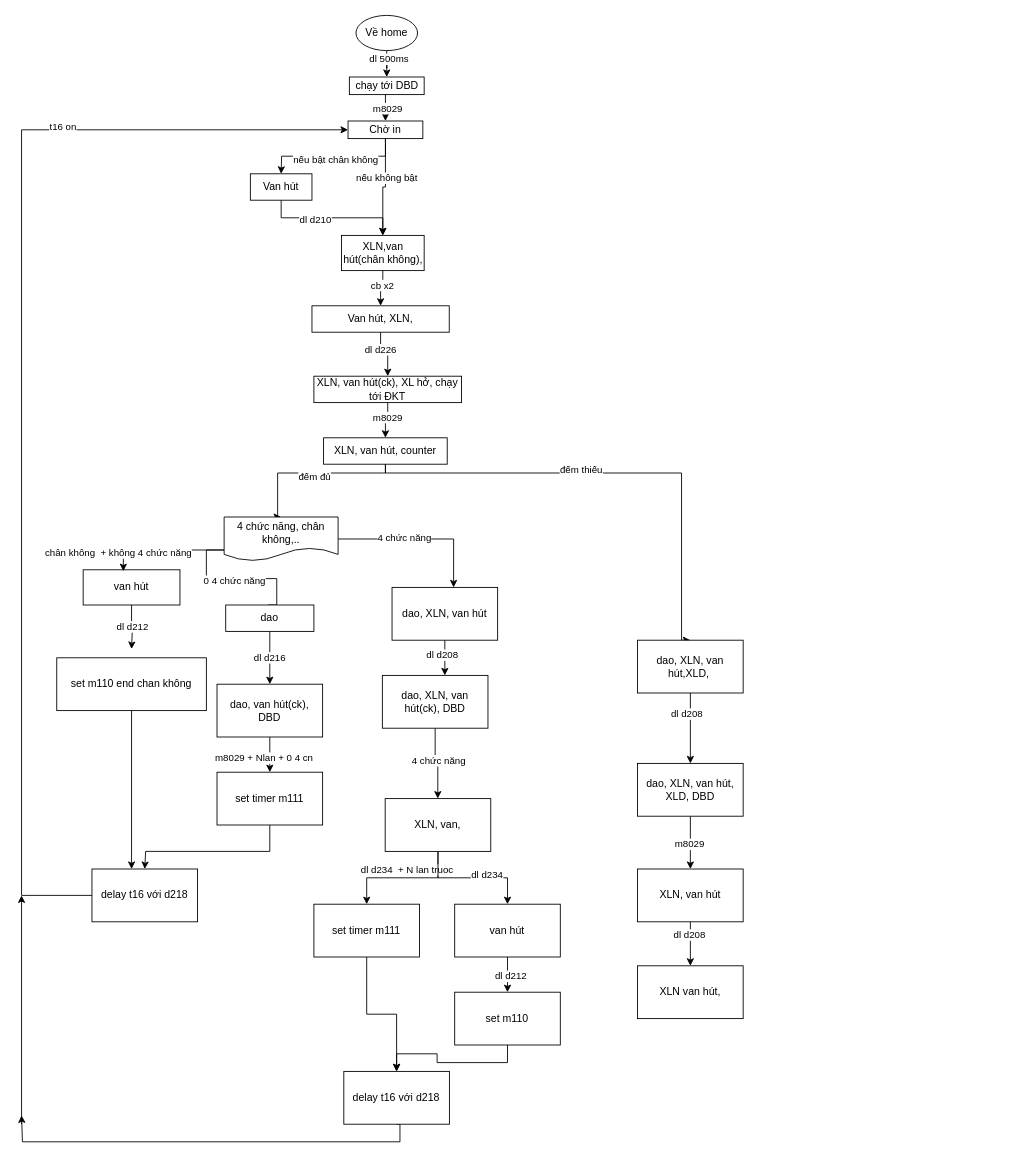
Before: trai muc truoc.drawio in robowindgit/a0-quyencun, a draw.io diagram. Source tidied: cells renumbered, new cells numbered last; positions are measured from the earlier drawing's top-left corner, leaving out a move shared by most shapes. Both pictures are drawn from the tidied source at 88%, with x=0, y=0 at pixel (21, 15).
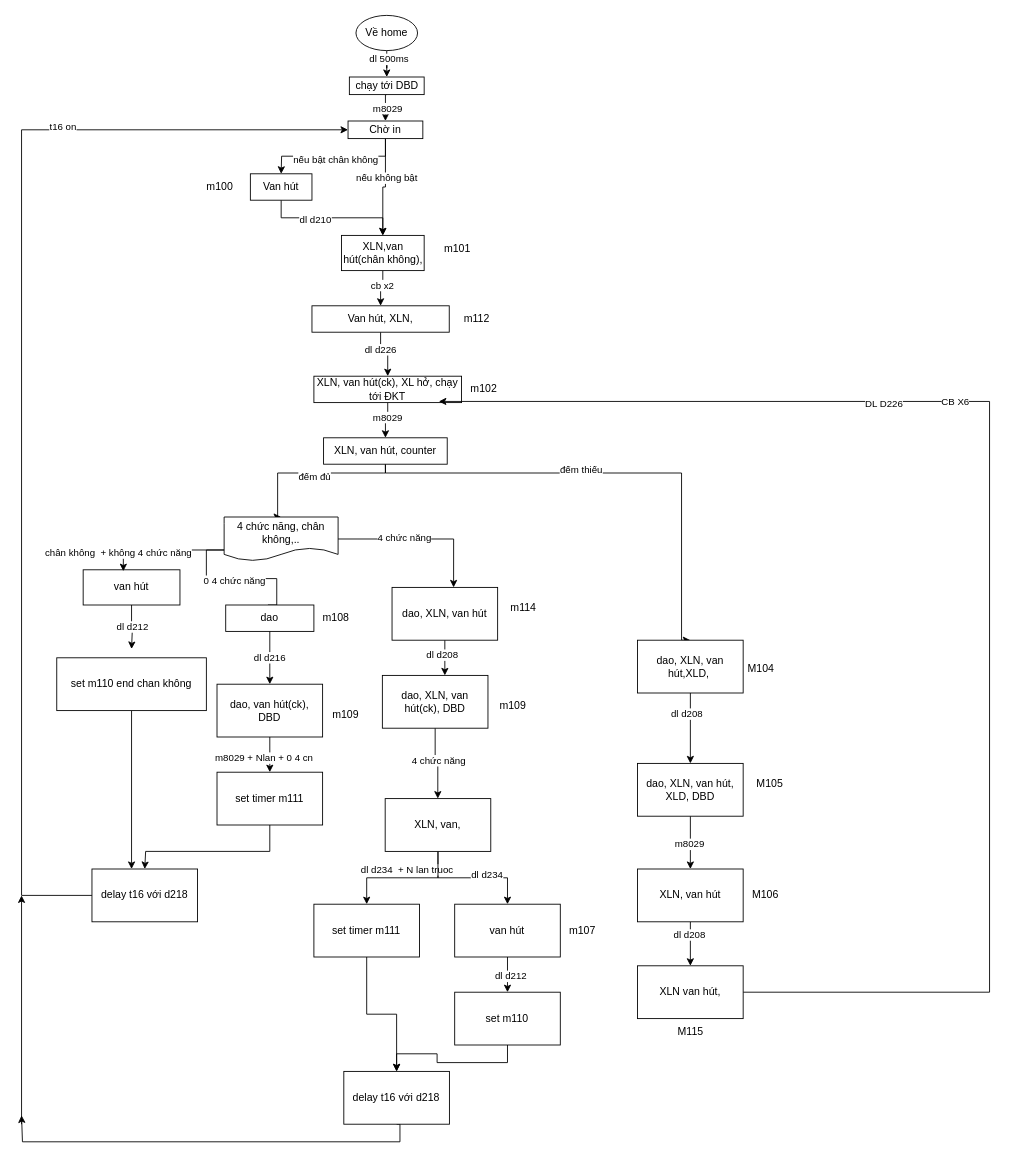
The same page after the edit.

Commit message:
Cập nhật trai muc truoc.drawio

The change refers to these unchanged cells:
```xml
<mxCell id="25" value="XLN, van hút(ck), XL hở, chạy tới ĐKT" style="whiteSpace=wrap;html=1;" parent="1" vertex="1">
  <mxGeometry x="332.2" y="410" width="167.8" height="30" as="geometry" />
</mxCell>
<mxCell id="83" value="XLN van hút," style="whiteSpace=wrap;html=1;" parent="1" vertex="1">
  <mxGeometry x="700" y="1080" width="120" height="60" as="geometry" />
</mxCell>
```

Diff of the diagram source:
```diff
@@
+    <mxCell id="84" style="edgeStyle=orthogonalEdgeStyle;rounded=0;jettySize=auto;html=1;entryX=0.846;entryY=0.956;entryDx=0;entryDy=0;entryPerimeter=0;" parent="1" edge="1" source="83" target="25">
+      <mxGeometry relative="1" as="geometry">
+        <Array as="points">
+          <mxPoint x="1100" y="1110" />
+          <mxPoint x="1100" y="439" />
+        </Array>
+      </mxGeometry>
+    </mxCell>
+    <mxCell id="85" value="CB X6" style="edgeLabel;html=1;align=center;verticalAlign=middle;" parent="84" vertex="1">
+      <mxGeometry x="-0.06" y="2" relative="1" as="geometry">
+        <mxPoint x="-38" y="-211" as="offset" />
+      </mxGeometry>
+    </mxCell>
+    <mxCell id="86" value="DL D226" style="edgeLabel;html=1;align=center;verticalAlign=middle;" parent="84" vertex="1">
+      <mxGeometry x="0.36" y="1" relative="1" as="geometry">
+        <mxPoint y="1" as="offset" />
+      </mxGeometry>
+    </mxCell>
@@
+    <mxCell id="87" value="m100" style="text;html=1;align=center;verticalAlign=middle;strokeColor=none;fillColor=none;" parent="1" vertex="1">
+      <mxGeometry x="200" y="180" width="50" height="30" as="geometry" />
+    </mxCell>
+    <mxCell id="88" value="m101" style="text;html=1;align=center;verticalAlign=middle;strokeColor=none;fillColor=none;" parent="1" vertex="1">
+      <mxGeometry x="470" y="250" width="50" height="30" as="geometry" />
+    </mxCell>
+    <mxCell id="89" value="m112" style="text;html=1;align=center;verticalAlign=middle;strokeColor=none;fillColor=none;" parent="1" vertex="1">
+      <mxGeometry x="492.2" y="330" width="50" height="30" as="geometry" />
+    </mxCell>
+    <mxCell id="90" value="m108" style="text;html=1;align=center;verticalAlign=middle;strokeColor=none;fillColor=none;" parent="1" vertex="1">
+      <mxGeometry x="332.2" y="670" width="50" height="30" as="geometry" />
+    </mxCell>
+    <mxCell id="91" value="m114" style="text;html=1;align=center;verticalAlign=middle;strokeColor=none;fillColor=none;" parent="1" vertex="1">
+      <mxGeometry x="545" y="658" width="50" height="30" as="geometry" />
+    </mxCell>
+    <mxCell id="92" value="m109" style="text;html=1;align=center;verticalAlign=middle;strokeColor=none;fillColor=none;" parent="1" vertex="1">
+      <mxGeometry x="533.2" y="770" width="50" height="30" as="geometry" />
+    </mxCell>
+    <mxCell id="93" value="m109" style="text;html=1;align=center;verticalAlign=middle;strokeColor=none;fillColor=none;" parent="1" vertex="1">
+      <mxGeometry x="343.2" y="780" width="50" height="30" as="geometry" />
+    </mxCell>
+    <mxCell id="94" value="m107" style="text;html=1;align=center;verticalAlign=middle;strokeColor=none;fillColor=none;" parent="1" vertex="1">
+      <mxGeometry x="612.2" y="1025" width="50" height="30" as="geometry" />
+    </mxCell>
+    <mxCell id="95" value="M104" style="text;html=1;align=center;verticalAlign=middle;strokeColor=none;fillColor=none;" parent="1" vertex="1">
+      <mxGeometry x="815" y="728" width="50" height="30" as="geometry" />
+    </mxCell>
+    <mxCell id="96" value="M105" style="text;html=1;align=center;verticalAlign=middle;strokeColor=none;fillColor=none;" parent="1" vertex="1">
+      <mxGeometry x="825" y="858" width="50" height="30" as="geometry" />
+    </mxCell>
+    <mxCell id="97" value="M106" style="text;html=1;align=center;verticalAlign=middle;strokeColor=none;fillColor=none;" parent="1" vertex="1">
+      <mxGeometry x="820" y="985" width="50" height="30" as="geometry" />
+    </mxCell>
+    <mxCell id="98" value="M115" style="text;html=1;align=center;verticalAlign=middle;strokeColor=none;fillColor=none;" parent="1" vertex="1">
+      <mxGeometry x="735" y="1140" width="50" height="30" as="geometry" />
+    </mxCell>
+    <mxCell id="99" value="m102" style="text;html=1;align=center;verticalAlign=middle;strokeColor=none;fillColor=none;" parent="1" vertex="1">
+      <mxGeometry x="500" y="410" width="50" height="30" as="geometry" />
+    </mxCell>
```
